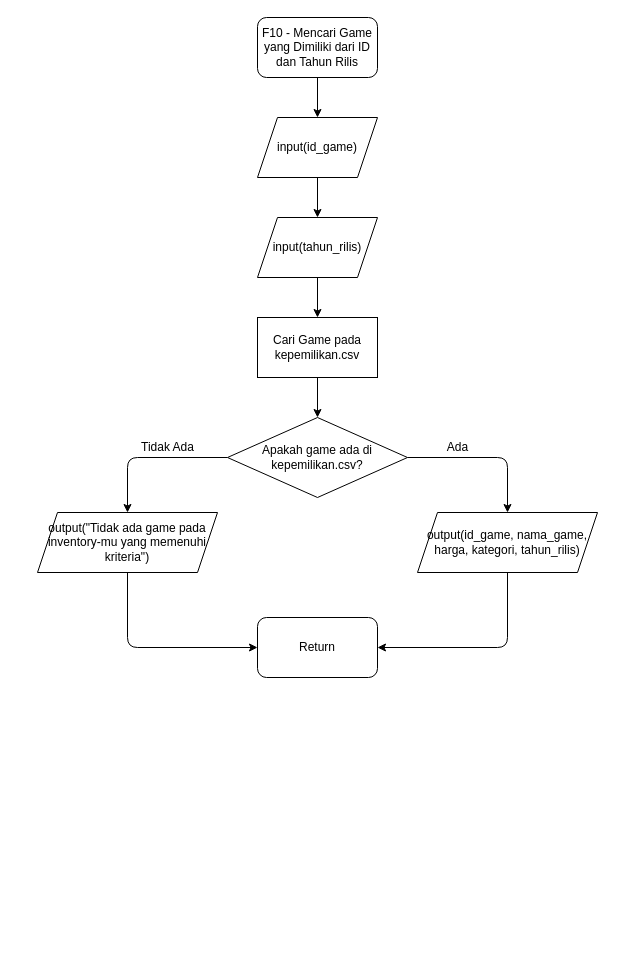
The draw.io diagram page "F10" (10 of 17) of f01/f01.drawio in yuujin-Q/tubes_daspro, before the edit. Source tidied: cells renumbered, new cells numbered last; positions are measured from the earlier drawing's top-left corner, leaving out a move shared by most shapes. Both pictures are drawn from the tidied source at 100%, with x=0, y=0 at pixel (37, 17).
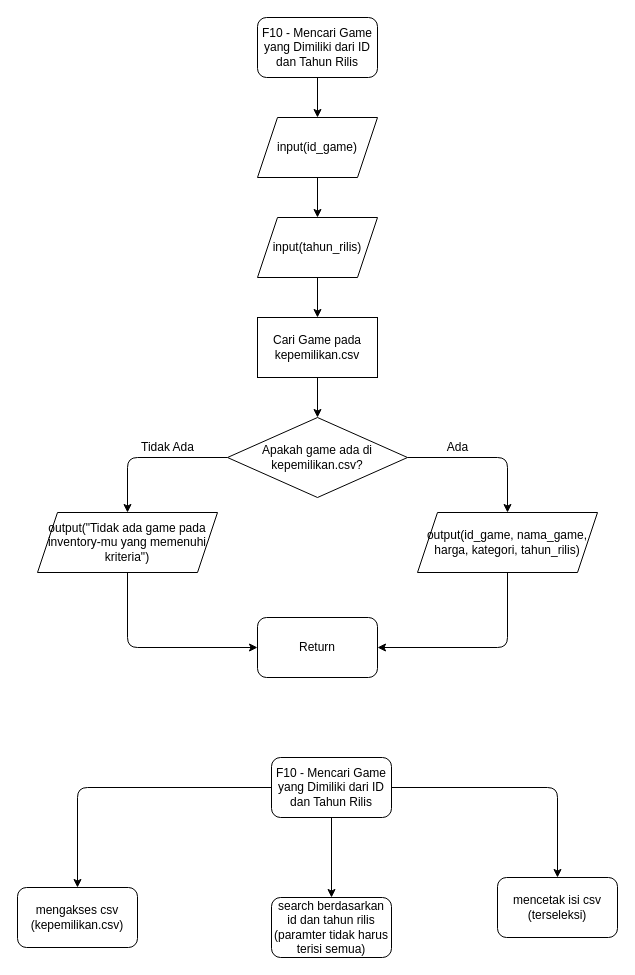
Above is the later version.

Diff of the diagram source:
```diff
@@
+    <mxCell id="20" style="edgeStyle=orthogonalEdgeStyle;html=1;" parent="1" edge="1" source="23" target="24">
+      <mxGeometry relative="1" as="geometry" />
+    </mxCell>
+    <mxCell id="21" style="edgeStyle=orthogonalEdgeStyle;html=1;" parent="1" edge="1" source="23" target="25">
+      <mxGeometry relative="1" as="geometry" />
+    </mxCell>
+    <mxCell id="22" style="edgeStyle=orthogonalEdgeStyle;html=1;" parent="1" edge="1" source="23" target="26">
+      <mxGeometry relative="1" as="geometry" />
+    </mxCell>
+    <mxCell id="23" value="F10 - Mencari Game yang Dimiliki dari ID dan Tahun Rilis" style="rounded=1;whiteSpace=wrap;html=1;" parent="1" vertex="1">
+      <mxGeometry x="234" y="740" width="120" height="60" as="geometry" />
+    </mxCell>
+    <mxCell id="24" value="mengakses csv (kepemilikan.csv)" style="rounded=1;whiteSpace=wrap;html=1;" parent="1" vertex="1">
+      <mxGeometry x="-20" y="870" width="120" height="60" as="geometry" />
+    </mxCell>
+    <mxCell id="25" value="mencetak isi csv (terseleksi)" style="rounded=1;whiteSpace=wrap;html=1;" parent="1" vertex="1">
+      <mxGeometry x="460" y="860" width="120" height="60" as="geometry" />
+    </mxCell>
+    <mxCell id="26" value="search berdasarkan id dan tahun rilis (paramter tidak harus terisi semua)" style="rounded=1;whiteSpace=wrap;html=1;" parent="1" vertex="1">
+      <mxGeometry x="234" y="880" width="120" height="60" as="geometry" />
+    </mxCell>
```
